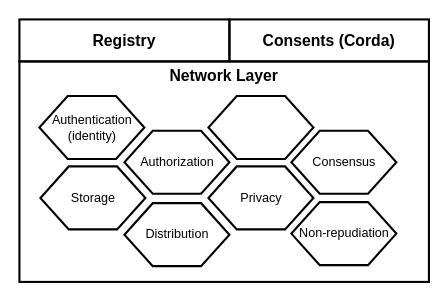
This is registry target architecture overview.drawio from nuts-foundation/nuts-wiki-assets, a draw.io file, before an edit. Source tidied: cells renumbered, new cells numbered last; positions are measured from the earlier drawing's top-left corner, leaving out a move shared by most shapes. Both pictures are drawn from the tidied source at 105%, with x=0, y=0 at pixel (19, 19).
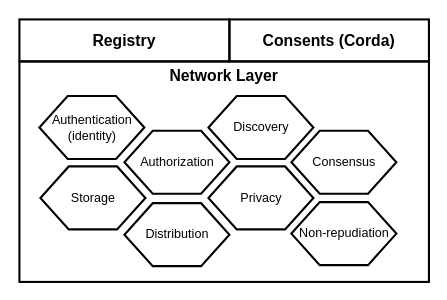
After the change.

What changed in the source:
```diff
@@
 <mxGraphModel>
   <root>
     <mxCell id="0" />
     <mxCell id="1" parent="0" />
     <mxCell id="2" value="Network Layer" style="rounded=0;whiteSpace=wrap;html=1;strokeWidth=2;gradientColor=none;fillColor=none;labelPosition=center;verticalLabelPosition=top;align=center;verticalAlign=bottom;spacingTop=0;spacing=-23;fontStyle=1;fontSize=15;" parent="1" vertex="1">
       <mxGeometry y="40" width="390" height="210" as="geometry" />
     </mxCell>
     <mxCell id="3" value="Storage" style="verticalLabelPosition=middle;verticalAlign=middle;html=1;shape=hexagon;perimeter=hexagonPerimeter2;arcSize=6;size=0.27;strokeWidth=2;labelPosition=center;align=center;" parent="1" vertex="1">
       <mxGeometry x="20" y="140" width="100" height="60" as="geometry" />
     </mxCell>
     <mxCell id="4" value="Distribution" style="verticalLabelPosition=middle;verticalAlign=middle;html=1;shape=hexagon;perimeter=hexagonPerimeter2;arcSize=6;size=0.27;strokeWidth=2;labelPosition=center;align=center;" parent="1" vertex="1">
       <mxGeometry x="100" y="175" width="100" height="60" as="geometry" />
     </mxCell>
     <mxCell id="5" value="Consensus" style="verticalLabelPosition=middle;verticalAlign=middle;html=1;shape=hexagon;perimeter=hexagonPerimeter2;arcSize=6;size=0.27;strokeWidth=2;labelPosition=center;align=center;" parent="1" vertex="1">
       <mxGeometry x="259" y="106" width="100" height="60" as="geometry" />
     </mxCell>
     <mxCell id="6" value="Privacy" style="verticalLabelPosition=middle;verticalAlign=middle;html=1;shape=hexagon;perimeter=hexagonPerimeter2;arcSize=6;size=0.27;strokeWidth=2;labelPosition=center;align=center;" parent="1" vertex="1">
       <mxGeometry x="180" y="140" width="100" height="60" as="geometry" />
     </mxCell>
     <mxCell id="7" value="Authorization" style="verticalLabelPosition=middle;verticalAlign=middle;html=1;shape=hexagon;perimeter=hexagonPerimeter2;arcSize=6;size=0.27;strokeWidth=2;labelPosition=center;align=center;" parent="1" vertex="1">
       <mxGeometry x="100" y="106" width="100" height="60" as="geometry" />
     </mxCell>
     <mxCell id="8" value="Consents (Corda)" style="rounded=0;whiteSpace=wrap;html=1;strokeWidth=2;gradientColor=none;fillColor=none;labelPosition=center;verticalLabelPosition=middle;align=center;verticalAlign=middle;spacingTop=0;spacing=0;fontStyle=1;fontSize=15;" parent="1" vertex="1">
       <mxGeometry x="200" width="190" height="40" as="geometry" />
     </mxCell>
     <mxCell id="9" value="Registry" style="rounded=0;whiteSpace=wrap;html=1;strokeWidth=2;gradientColor=none;fillColor=none;labelPosition=center;verticalLabelPosition=middle;align=center;verticalAlign=middle;spacingTop=0;spacing=0;fontStyle=1;fontSize=15;" parent="1" vertex="1">
       <mxGeometry width="200" height="40" as="geometry" />
     </mxCell>
     <mxCell id="10" value="Non-repudiation" style="verticalLabelPosition=middle;verticalAlign=middle;html=1;shape=hexagon;perimeter=hexagonPerimeter2;arcSize=6;size=0.27;strokeWidth=2;labelPosition=center;align=center;" parent="1" vertex="1">
       <mxGeometry x="259" y="174" width="100" height="60" as="geometry" />
     </mxCell>
-    <mxCell id="11" style="verticalLabelPosition=middle;verticalAlign=middle;html=1;shape=hexagon;perimeter=hexagonPerimeter2;arcSize=6;size=0.27;strokeWidth=2;labelPosition=center;align=center;" parent="1" vertex="1">
+    <mxCell id="11" value="Discovery" style="verticalLabelPosition=middle;verticalAlign=middle;html=1;shape=hexagon;perimeter=hexagonPerimeter2;arcSize=6;size=0.27;strokeWidth=2;labelPosition=center;align=center;" parent="1" vertex="1">
       <mxGeometry x="180" y="73" width="100" height="60" as="geometry" />
     </mxCell>
     <mxCell id="12" value="Authentication&lt;br&gt;(identity)" style="verticalLabelPosition=middle;verticalAlign=middle;html=1;shape=hexagon;perimeter=hexagonPerimeter2;arcSize=6;size=0.27;strokeWidth=2;labelPosition=center;align=center;" parent="1" vertex="1">
       <mxGeometry x="19" y="73" width="100" height="60" as="geometry" />
     </mxCell>
   </root>
 </mxGraphModel>
```
